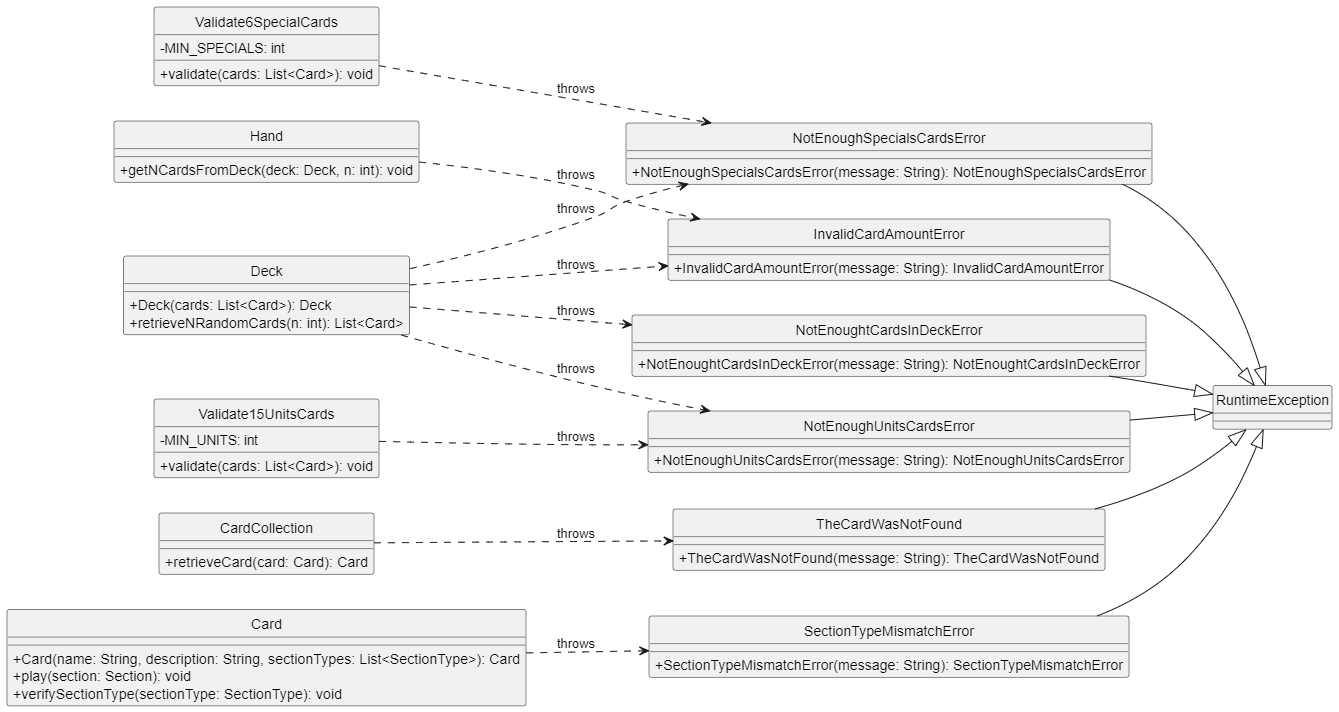
The PlantUML diagram diagrams/classes/errors.png in Yonhir/algo3_proyecto_base_tp2, before a commit. Its source is kept beside it as diagrams/classes/errors.plantuml.
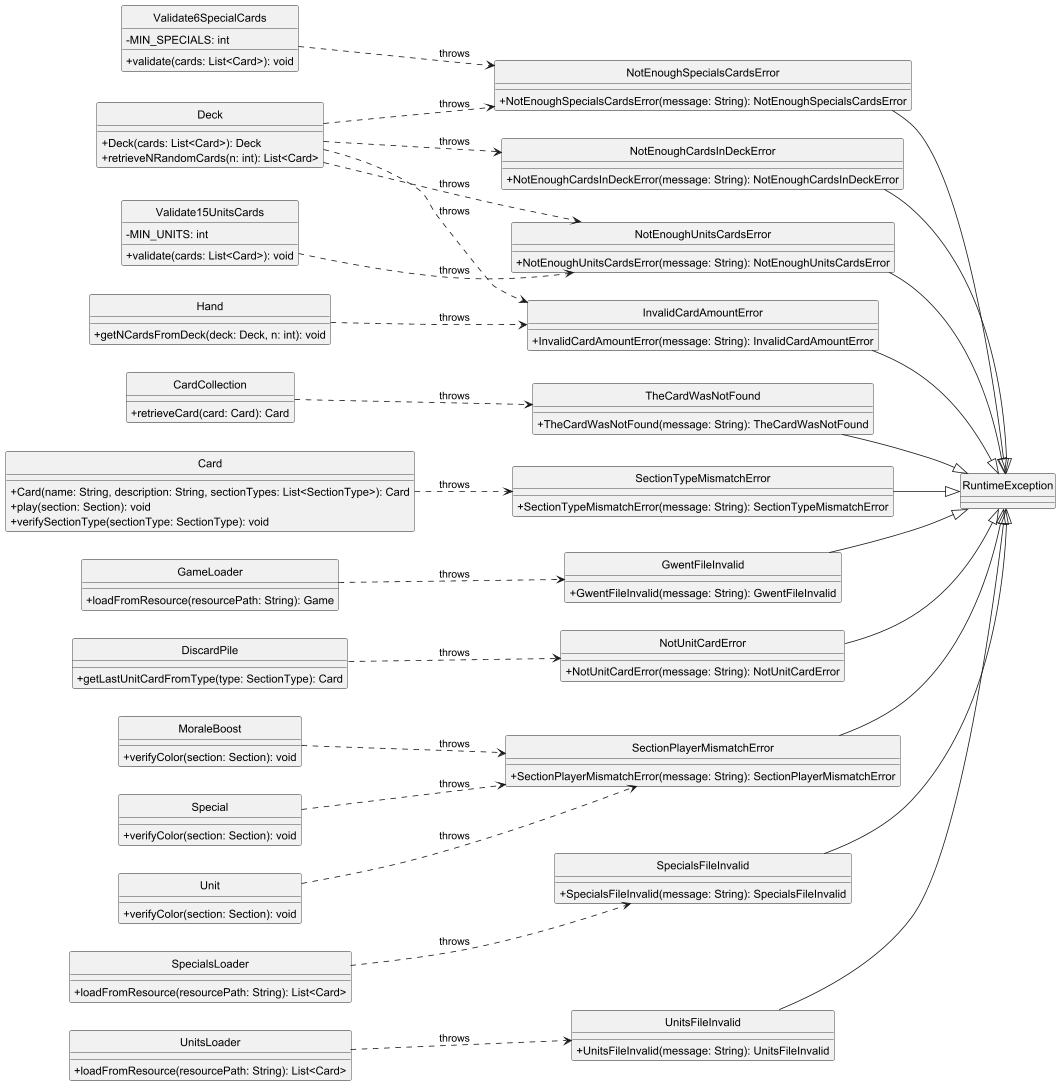
Above is the later version.

Commit message:
Actualizo diagrama de excepciones

The edit, as a diff of the source:
```diff
@@ -30,6 +30,26 @@
   +SectionTypeMismatchError(message: String): SectionTypeMismatchError
 }
 
+class GwentFileInvalid {
+  +GwentFileInvalid(message: String): GwentFileInvalid
+}
+
+class NotUnitCardError {
+  +NotUnitCardError(message: String): NotUnitCardError
+}
+
+class SectionPlayerMismatchError {
+  +SectionPlayerMismatchError(message: String): SectionPlayerMismatchError
+}
+
+class SpecialsFileInvalid {
+  +SpecialsFileInvalid(message: String): SpecialsFileInvalid
+}
+
+class UnitsFileInvalid {
+  +UnitsFileInvalid(message: String): UnitsFileInvalid
+}
+
 class Deck {
   +Deck(cards: List<Card>): Deck
   +retrieveNRandomCards(n: int): List<Card>
@@ -59,6 +79,35 @@
   +verifySectionType(sectionType: SectionType): void
 }
 
+class GameLoader {
+  +loadFromResource(resourcePath: String): Game
+}
+
+class DiscardPile {
+  +getLastUnitCardFromType(type: SectionType): Card
+}
+
+class MoraleBoost {
+  +verifyColor(section: Section): void
+}
+
+class Special {
+  +verifyColor(section: Section): void
+}
+
+class Unit {
+  +verifyColor(section: Section): void
+}
+
+class SpecialsLoader {
+  +loadFromResource(resourcePath: String): List<Card>
+}
+
+class UnitsLoader {
+  +loadFromResource(resourcePath: String): List<Card>
+}
+
+
 Validate6SpecialCards ..> NotEnoughSpecialsCardsError : throws
 Validate15UnitsCards ..> NotEnoughUnitsCardsError : throws
 
@@ -73,11 +122,26 @@
 
 Card ..> SectionTypeMismatchError : throws
 
+GameLoader ..> GwentFileInvalid : throws
+DiscardPile ..> NotUnitCardError : throws
+
+MoraleBoost ..> SectionPlayerMismatchError : throws
+Unit ..> SectionPlayerMismatchError : throws
+Special ..> SectionPlayerMismatchError : throws
+
+SpecialsLoader ..> SpecialsFileInvalid : throws
+UnitsLoader ..> UnitsFileInvalid : throws
+
 InvalidCardAmountError --|> RuntimeException
 NotEnoughSpecialsCardsError --|> RuntimeException
 NotEnoughCardsInDeckError --|> RuntimeException
 NotEnoughUnitsCardsError --|> RuntimeException
 TheCardWasNotFound --|> RuntimeException
 SectionTypeMismatchError --|> RuntimeException
+GwentFileInvalid --|> RuntimeException
+NotUnitCardError --|> RuntimeException
+SectionPlayerMismatchError --|> RuntimeException
+SpecialsFileInvalid --|> RuntimeException
+UnitsFileInvalid --|> RuntimeException
 
 @enduml
```
